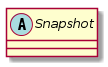
The PlantUML diagram elmma/elmma-model/diagrams/de.elmma.model.Snapshot.png in swillrich/eimma, before a commit.
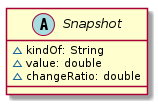
After the change.

Diff of the diagram source:
```diff
@@ -2,6 +2,9 @@
 
     abstract class Snapshot {
         [[../../../de/elmma/model/Snapshot.html]]
+        ~kindOf: String
+        ~value: double
+        ~changeRatio: double
     }
 
 @enduml
```
